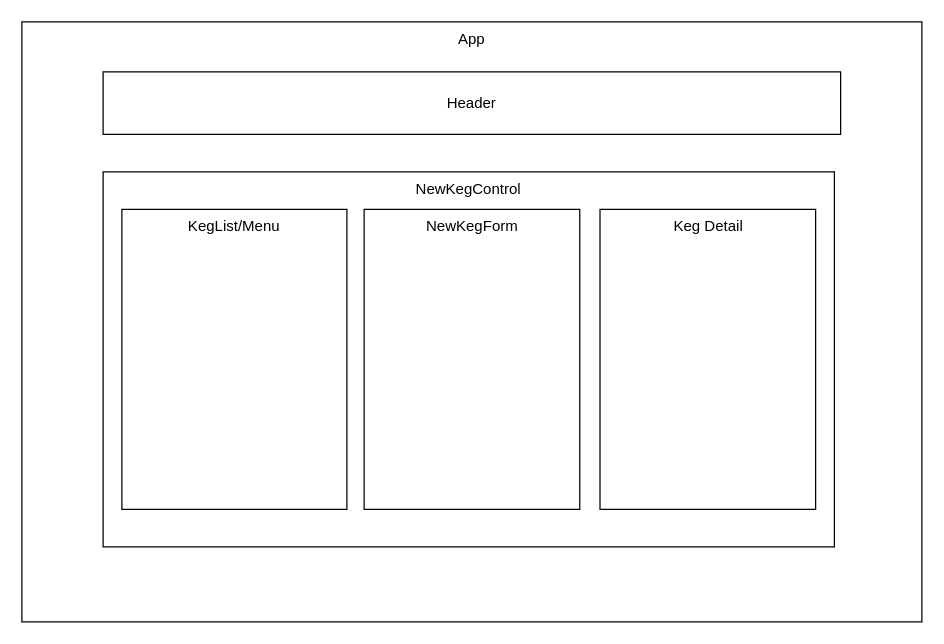
The draw.io diagram Untitled Diagram.drawio in CristinaPlesa/Tap-Room-Redux, before the edit. Source tidied: cells renumbered, new cells numbered last; positions are measured from the earlier drawing's top-left corner, leaving out a move shared by most shapes. Both pictures are drawn from the tidied source at 125%, with x=0, y=0 at pixel (21, 21).
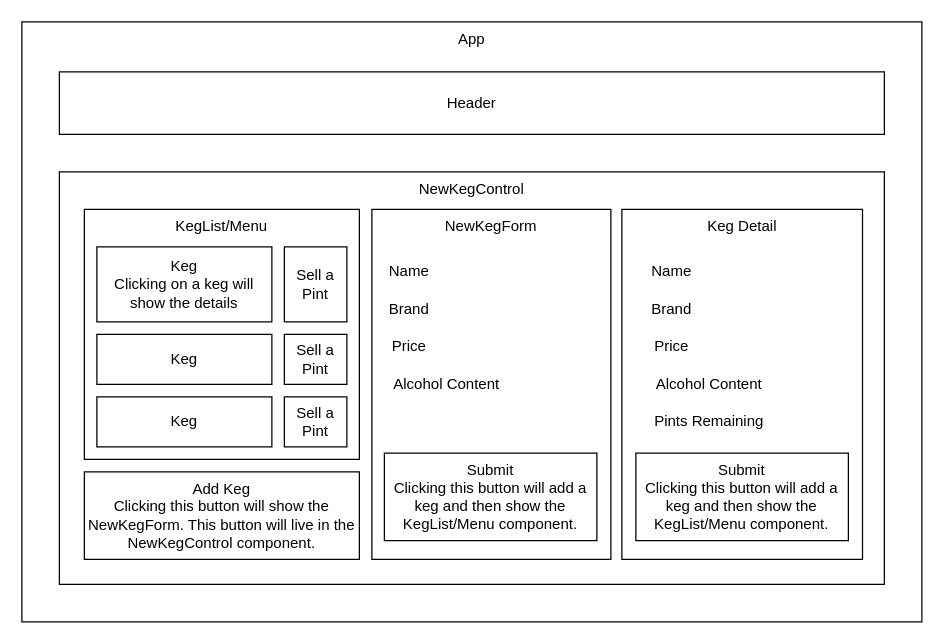
The same diagram, later.

Commit message:
Add details and buttons to components

The edit, as a diff of the source:
```diff
@@
     <mxCell id="3" value="Header" style="rounded=0;whiteSpace=wrap;html=1;verticalAlign=middle;" parent="1" vertex="1">
-      <mxGeometry x="65" y="40" width="590" height="50" as="geometry" />
+      <mxGeometry x="30" y="40" width="660" height="50" as="geometry" />
     </mxCell>
     <mxCell id="4" value="NewKegControl" style="rounded=0;whiteSpace=wrap;html=1;verticalAlign=top;" parent="1" vertex="1">
-      <mxGeometry x="65" y="120" width="585" height="300" as="geometry" />
+      <mxGeometry x="30" y="120" width="660" height="330" as="geometry" />
     </mxCell>
     <mxCell id="5" value="KegList/Menu" style="rounded=0;whiteSpace=wrap;html=1;verticalAlign=top;" parent="1" vertex="1">
-      <mxGeometry x="80" y="150" width="180" height="240" as="geometry" />
+      <mxGeometry x="50" y="150" width="220" height="200" as="geometry" />
     </mxCell>
     <mxCell id="6" value="NewKegForm" style="rounded=0;whiteSpace=wrap;html=1;verticalAlign=top;" parent="1" vertex="1">
-      <mxGeometry x="273.8" y="150" width="172.5" height="240" as="geometry" />
+      <mxGeometry x="280" y="150" width="191.2" height="280" as="geometry" />
     </mxCell>
     <mxCell id="7" value="Keg Detail" style="rounded=0;whiteSpace=wrap;html=1;verticalAlign=top;" parent="1" vertex="1">
-      <mxGeometry x="462.5" y="150" width="172.5" height="240" as="geometry" />
+      <mxGeometry x="480" y="150" width="192.5" height="280" as="geometry" />
     </mxCell>
+    <mxCell id="8" value="Keg&lt;br&gt;Clicking on a keg will show the details" style="rounded=0;whiteSpace=wrap;html=1;verticalAlign=middle;" parent="1" vertex="1">
+      <mxGeometry x="60" y="180" width="140" height="60" as="geometry" />
+    </mxCell>
+    <mxCell id="9" value="Keg" style="rounded=0;whiteSpace=wrap;html=1;verticalAlign=middle;" parent="1" vertex="1">
+      <mxGeometry x="60" y="250" width="140" height="40" as="geometry" />
+    </mxCell>
+    <mxCell id="10" value="Keg" style="rounded=0;whiteSpace=wrap;html=1;verticalAlign=middle;" parent="1" vertex="1">
+      <mxGeometry x="60" y="300" width="140" height="40" as="geometry" />
+    </mxCell>
+    <mxCell id="11" value="Add Keg&lt;br&gt;Clicking this button will show the NewKegForm. This button will live in the NewKegControl component." style="rounded=0;whiteSpace=wrap;html=1;verticalAlign=middle;" parent="1" vertex="1">
+      <mxGeometry x="50" y="360" width="220" height="70" as="geometry" />
+    </mxCell>
+    <mxCell id="12" value="Submit&lt;br&gt;Clicking this button will add a keg and then show the KegList/Menu component." style="rounded=0;whiteSpace=wrap;html=1;verticalAlign=middle;" parent="1" vertex="1">
+      <mxGeometry x="290" y="345" width="170" height="70" as="geometry" />
+    </mxCell>
+    <mxCell id="13" value="Name" style="text;html=1;strokeColor=none;fillColor=none;align=center;verticalAlign=middle;whiteSpace=wrap;rounded=0;" parent="1" vertex="1">
+      <mxGeometry x="290" y="190" width="40" height="20" as="geometry" />
+    </mxCell>
+    <mxCell id="14" value="Brand" style="text;html=1;strokeColor=none;fillColor=none;align=center;verticalAlign=middle;whiteSpace=wrap;rounded=0;" parent="1" vertex="1">
+      <mxGeometry x="290" y="220" width="40" height="20" as="geometry" />
+    </mxCell>
+    <mxCell id="15" value="Price" style="text;html=1;strokeColor=none;fillColor=none;align=center;verticalAlign=middle;whiteSpace=wrap;rounded=0;" parent="1" vertex="1">
+      <mxGeometry x="290" y="250" width="40" height="20" as="geometry" />
+    </mxCell>
+    <mxCell id="16" value="Alcohol Content" style="text;html=1;strokeColor=none;fillColor=none;align=center;verticalAlign=middle;whiteSpace=wrap;rounded=0;" parent="1" vertex="1">
+      <mxGeometry x="290" y="280" width="100" height="20" as="geometry" />
+    </mxCell>
+    <mxCell id="17" value="Submit&lt;br&gt;Clicking this button will add a keg and then show the KegList/Menu component." style="rounded=0;whiteSpace=wrap;html=1;verticalAlign=middle;" parent="1" vertex="1">
+      <mxGeometry x="491.2" y="345" width="170" height="70" as="geometry" />
+    </mxCell>
+    <mxCell id="18" value="Name" style="text;html=1;strokeColor=none;fillColor=none;align=center;verticalAlign=middle;whiteSpace=wrap;rounded=0;" parent="1" vertex="1">
+      <mxGeometry x="500" y="190" width="40" height="20" as="geometry" />
+    </mxCell>
+    <mxCell id="19" value="Brand" style="text;html=1;strokeColor=none;fillColor=none;align=center;verticalAlign=middle;whiteSpace=wrap;rounded=0;" parent="1" vertex="1">
+      <mxGeometry x="500" y="220" width="40" height="20" as="geometry" />
+    </mxCell>
+    <mxCell id="20" value="Price" style="text;html=1;strokeColor=none;fillColor=none;align=center;verticalAlign=middle;whiteSpace=wrap;rounded=0;" parent="1" vertex="1">
+      <mxGeometry x="500" y="250" width="40" height="20" as="geometry" />
+    </mxCell>
+    <mxCell id="21" value="Alcohol Content" style="text;html=1;strokeColor=none;fillColor=none;align=center;verticalAlign=middle;whiteSpace=wrap;rounded=0;" parent="1" vertex="1">
+      <mxGeometry x="500" y="280" width="100" height="20" as="geometry" />
+    </mxCell>
+    <mxCell id="22" value="Pints Remaining" style="text;html=1;strokeColor=none;fillColor=none;align=center;verticalAlign=middle;whiteSpace=wrap;rounded=0;" parent="1" vertex="1">
+      <mxGeometry x="500" y="310" width="100" height="20" as="geometry" />
+    </mxCell>
+    <mxCell id="23" value="Sell a Pint" style="rounded=0;whiteSpace=wrap;html=1;verticalAlign=middle;" parent="1" vertex="1">
+      <mxGeometry x="210" y="180" width="50" height="60" as="geometry" />
+    </mxCell>
+    <mxCell id="24" value="Sell a Pint" style="rounded=0;whiteSpace=wrap;html=1;verticalAlign=middle;" parent="1" vertex="1">
+      <mxGeometry x="210" y="250" width="50" height="40" as="geometry" />
+    </mxCell>
+    <mxCell id="25" value="Sell a Pint" style="rounded=0;whiteSpace=wrap;html=1;verticalAlign=middle;" parent="1" vertex="1">
+      <mxGeometry x="210" y="300" width="50" height="40" as="geometry" />
+    </mxCell>
```
